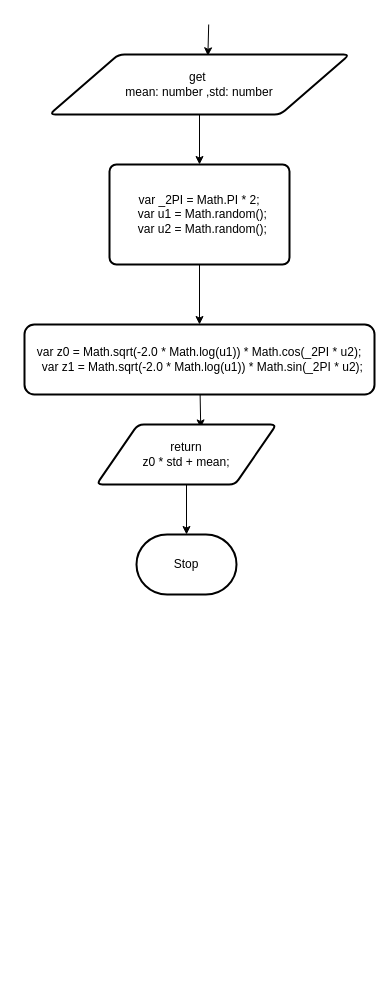
Earlier version of the draw.io diagram design/flowchart.drawio (Ali-Mugamai/ICS4U-01-07-TS). Source tidied: cells renumbered, new cells numbered last; positions are measured from the earlier drawing's top-left corner, leaving out a move shared by most shapes. Both pictures are drawn from the tidied source at 100%, with x=0, y=0 at pixel (24, 24).
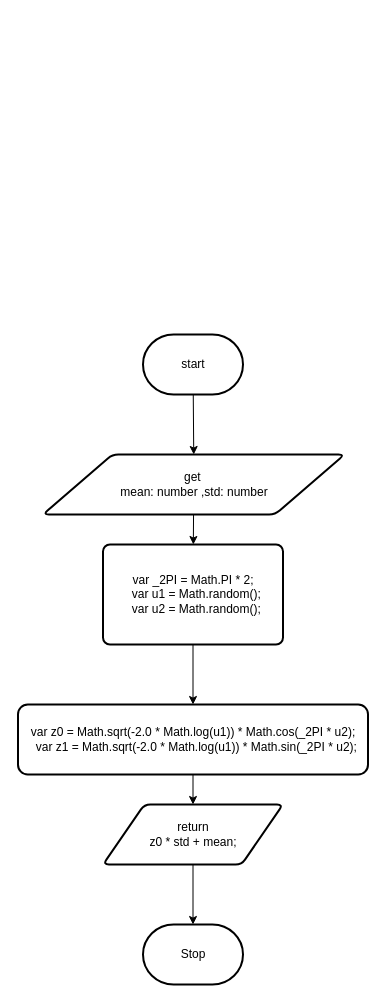
The same diagram, later.

Diff of the diagram source:
```diff
@@
 <mxGraphModel>
   <root>
     <mxCell id="0" />
     <mxCell id="1" parent="0" />
-    <mxCell id="2" style="edgeStyle=none;html=1;entryX=0.528;entryY=0.022;entryDx=0;entryDy=0;entryPerimeter=0;" parent="1" edge="1" target="4">
-      <mxGeometry relative="1" as="geometry">
-        <mxPoint x="184.2" as="sourcePoint" />
-      </mxGeometry>
-    </mxCell>
-    <mxCell id="3" style="edgeStyle=none;html=1;entryX=0.5;entryY=0;entryDx=0;entryDy=0;" parent="1" edge="1" source="4" target="6">
+    <mxCell id="3" style="edgeStyle=none;html=1;" parent="1" edge="1" source="4" target="6">
       <mxGeometry relative="1" as="geometry" />
     </mxCell>
     <mxCell id="4" value="get&amp;nbsp;&lt;br&gt;mean: number ,std: number" style="shape=parallelogram;html=1;strokeWidth=2;perimeter=parallelogramPerimeter;whiteSpace=wrap;rounded=1;arcSize=12;size=0.23;" parent="1" vertex="1">
-      <mxGeometry x="25" y="30" width="300" height="60" as="geometry" />
+      <mxGeometry x="18.5" y="430" width="301.5" height="60" as="geometry" />
     </mxCell>
-    <mxCell id="5" style="edgeStyle=none;html=1;" parent="1" edge="1" source="6" target="8">
+    <mxCell id="5" style="edgeStyle=none;html=1;entryX=0.5;entryY=0;entryDx=0;entryDy=0;" parent="1" edge="1" source="6" target="8">
       <mxGeometry relative="1" as="geometry" />
     </mxCell>
+    <mxCell id="12" style="edgeStyle=none;html=1;" parent="1" edge="1" source="6">
+      <mxGeometry relative="1" as="geometry">
+        <mxPoint x="168.5" y="520" as="targetPoint" />
+      </mxGeometry>
+    </mxCell>
     <mxCell id="6" value="&lt;div&gt;var _2PI = Math.PI * 2;&lt;/div&gt;&lt;div&gt;&amp;nbsp; var u1 = Math.random();&lt;/div&gt;&lt;div&gt;&amp;nbsp; var u2 = Math.random();&lt;/div&gt;" style="rounded=1;whiteSpace=wrap;html=1;absoluteArcSize=1;arcSize=14;strokeWidth=2;" parent="1" vertex="1">
-      <mxGeometry x="85" y="140" width="180" height="100" as="geometry" />
+      <mxGeometry x="78.5" y="520" width="180" height="100" as="geometry" />
     </mxCell>
-    <mxCell id="7" style="edgeStyle=none;html=1;entryX=0.579;entryY=0.057;entryDx=0;entryDy=0;entryPerimeter=0;" parent="1" edge="1" source="8" target="10">
+    <mxCell id="7" style="edgeStyle=none;html=1;entryX=0.5;entryY=0;entryDx=0;entryDy=0;exitX=0.5;exitY=1;exitDx=0;exitDy=0;" parent="1" edge="1" source="8" target="10">
       <mxGeometry relative="1" as="geometry" />
     </mxCell>
     <mxCell id="8" value="&lt;div&gt;var z0 = Math.sqrt(-2.0 * Math.log(u1)) * Math.cos(_2PI * u2);&lt;/div&gt;&lt;div&gt;&amp;nbsp; var z1 = Math.sqrt(-2.0 * Math.log(u1)) * Math.sin(_2PI * u2);&lt;/div&gt;" style="rounded=1;whiteSpace=wrap;html=1;arcSize=14;strokeWidth=2;" parent="1" vertex="1">
-      <mxGeometry y="300" width="350" height="70" as="geometry" />
+      <mxGeometry x="-6.5" y="680" width="350" height="70" as="geometry" />
     </mxCell>
-    <mxCell id="9" style="edgeStyle=none;html=1;entryX=0.5;entryY=0;entryDx=0;entryDy=0;entryPerimeter=0;" parent="1" edge="1" source="10" target="11">
+    <mxCell id="9" style="edgeStyle=none;html=1;entryX=0.5;entryY=0;entryDx=0;entryDy=0;entryPerimeter=0;exitX=0.5;exitY=1;exitDx=0;exitDy=0;" parent="1" edge="1" source="10" target="11">
       <mxGeometry relative="1" as="geometry" />
     </mxCell>
     <mxCell id="10" value="return&lt;br&gt;z0 * std + mean;" style="shape=parallelogram;html=1;strokeWidth=2;perimeter=parallelogramPerimeter;whiteSpace=wrap;rounded=1;arcSize=12;size=0.23;" parent="1" vertex="1">
-      <mxGeometry x="72" y="400" width="180" height="60" as="geometry" />
+      <mxGeometry x="78.5" y="780" width="180" height="60" as="geometry" />
     </mxCell>
     <mxCell id="11" value="Stop" style="strokeWidth=2;html=1;shape=mxgraph.flowchart.terminator;whiteSpace=wrap;" parent="1" vertex="1">
-      <mxGeometry x="112" y="510" width="100" height="60" as="geometry" />
+      <mxGeometry x="118.5" y="900" width="100" height="60" as="geometry" />
     </mxCell>
+    <mxCell id="13" style="edgeStyle=none;html=1;entryX=0.5;entryY=0;entryDx=0;entryDy=0;" parent="1" edge="1" source="14" target="4">
+      <mxGeometry relative="1" as="geometry" />
+    </mxCell>
+    <mxCell id="14" value="start" style="strokeWidth=2;html=1;shape=mxgraph.flowchart.terminator;whiteSpace=wrap;" parent="1" vertex="1">
+      <mxGeometry x="118.5" y="310" width="100" height="60" as="geometry" />
+    </mxCell>
   </root>
 </mxGraphModel>
```
